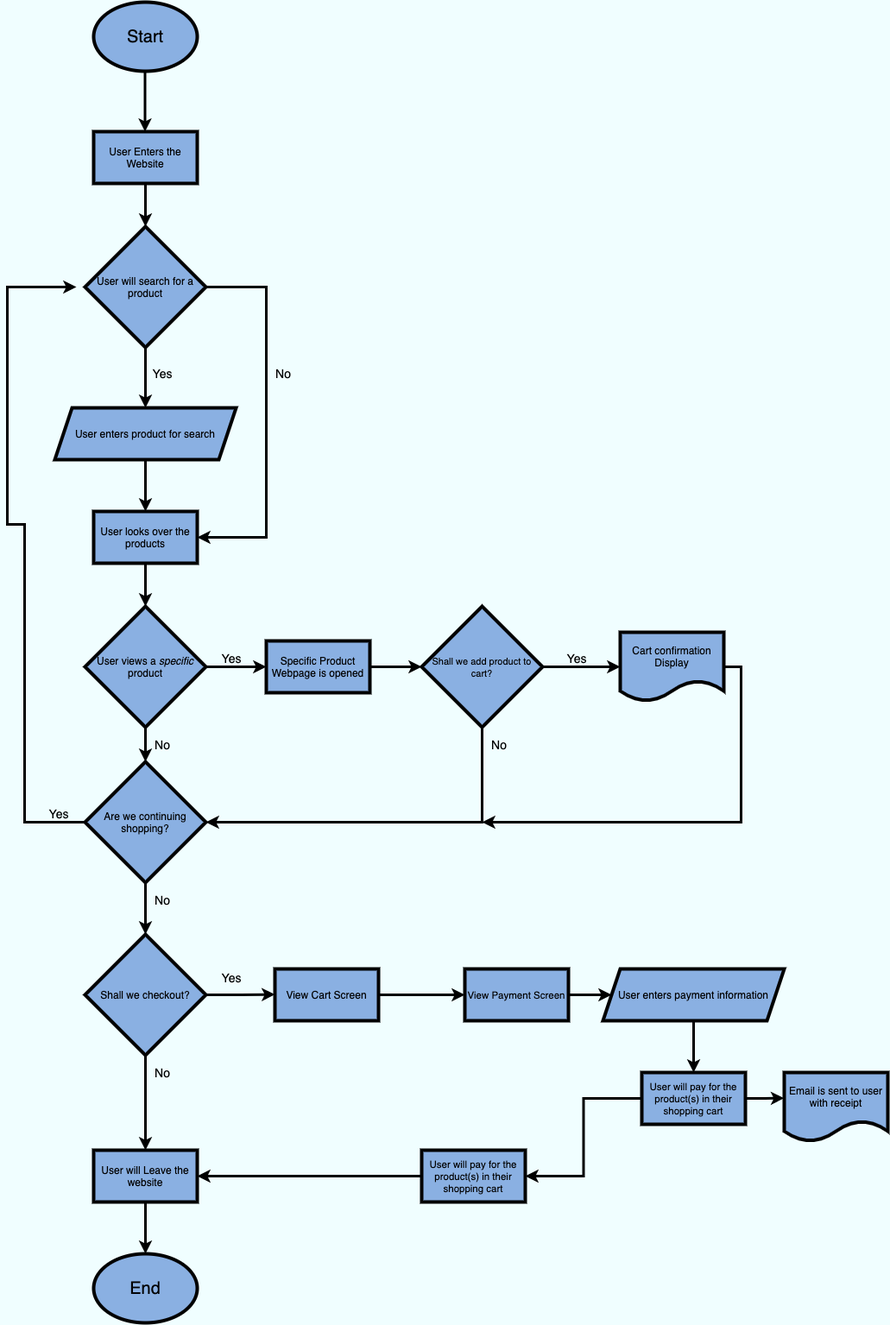
The draw.io diagram explore/diagramming/diagram.drawio.png in adityaamoghe/fa21-cse110-lab4, before a commit. Source tidied: cells renumbered, new cells last; positions are measured from the earlier drawing's top-left corner, leaving out a move shared by most shapes.
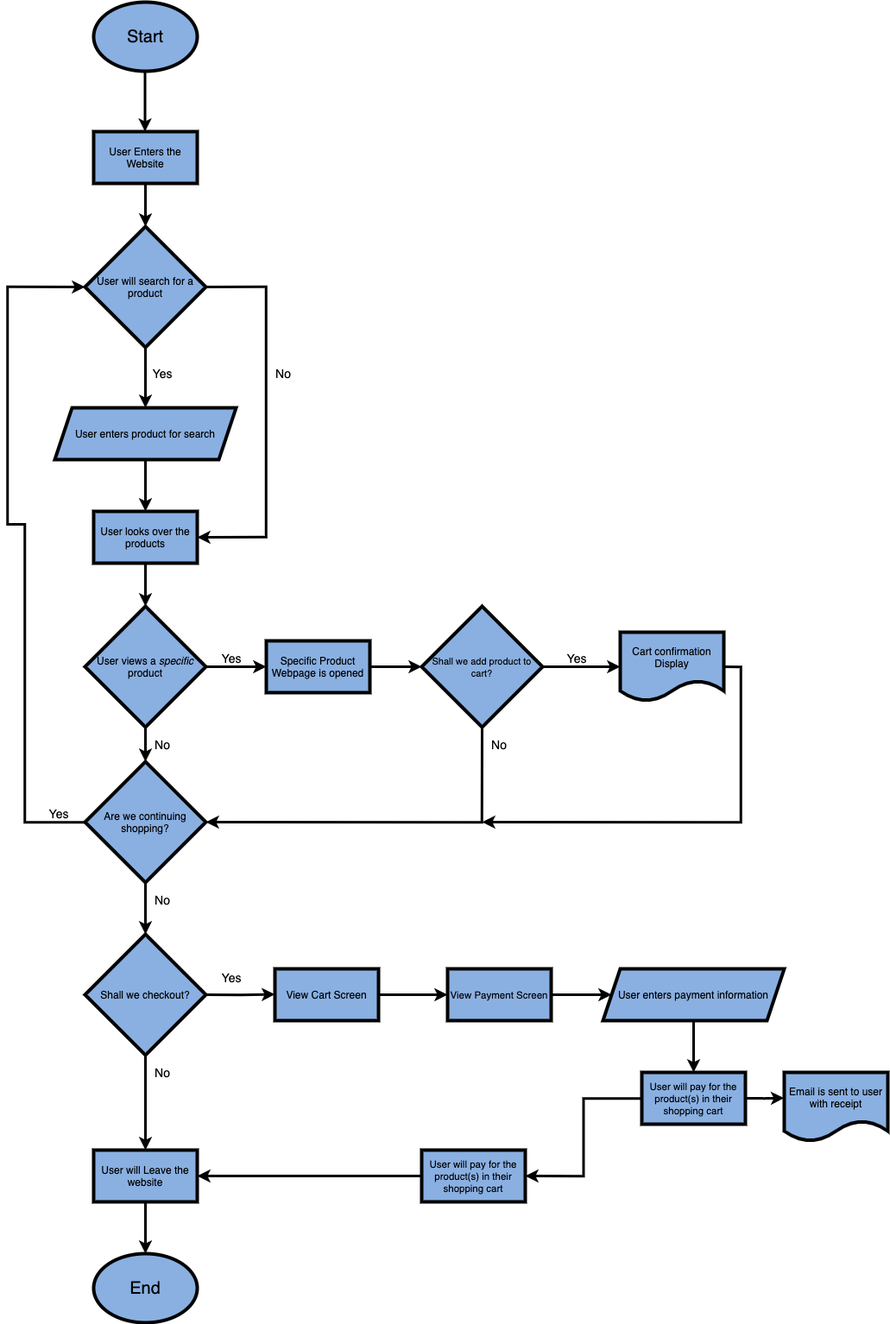
The same diagram one commit later.

What changed in the source:
```diff
@@ -1,4 +1,4 @@
-<mxGraphModel background="#F0FEFF">
+<mxGraphModel background="#FFFFFF">
   <root>
     <mxCell id="0" />
     <mxCell id="1" parent="0" />
@@ -67,7 +67,7 @@
     </mxCell>
     <mxCell id="19" style="edgeStyle=orthogonalEdgeStyle;rounded=0;jettySize=auto;html=1;strokeColor=#000000;strokeWidth=3;" parent="1" edge="1" source="21">
       <mxGeometry relative="1" as="geometry">
-        <mxPoint x="80" y="330" as="targetPoint" />
+        <mxPoint x="90" y="330" as="targetPoint" />
         <Array as="points">
           <mxPoint x="20" y="950" />
           <mxPoint x="20" y="605" />
@@ -160,7 +160,7 @@
       <mxGeometry relative="1" as="geometry" />
     </mxCell>
     <mxCell id="45" value="&lt;span style=&quot;color: rgb(0 , 0 , 0) ; font-size: 11.5px&quot;&gt;View Payment Screen&lt;/span&gt;" style="rounded=0;whiteSpace=wrap;html=1;strokeColor=#000000;strokeWidth=4;fillColor=#8AB0E2;" parent="1" vertex="1">
-      <mxGeometry x="530" y="1120" width="120" height="60" as="geometry" />
+      <mxGeometry x="510" y="1120" width="120" height="60" as="geometry" />
     </mxCell>
     <mxCell id="46" style="edgeStyle=orthogonalEdgeStyle;rounded=0;jettySize=auto;html=1;entryX=0.5;entryY=0;entryDx=0;entryDy=0;strokeColor=#000000;strokeWidth=3;" parent="1" edge="1" source="47" target="50">
       <mxGeometry relative="1" as="geometry" />
```
